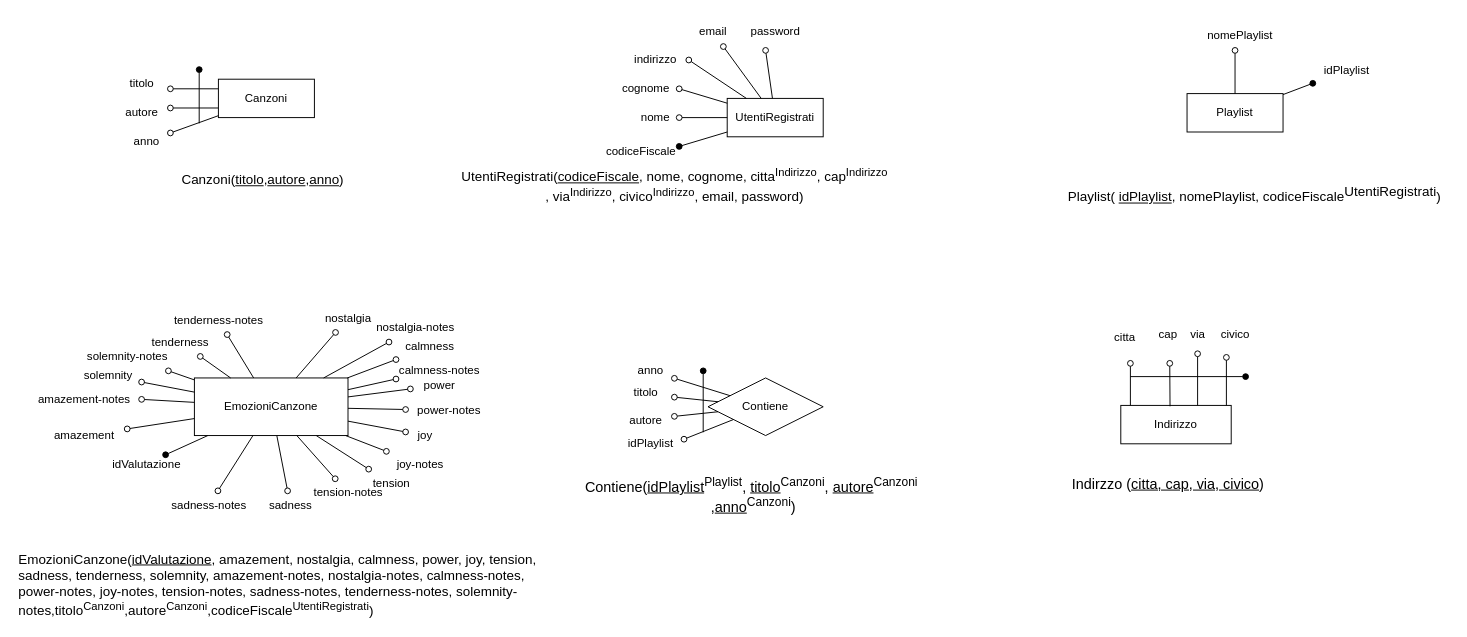
Cacciaa/LaboratorioB keeps this draw.io diagram as SchemaLogico/SchemaLogico.drawio. Above is the earlier version. Source tidied: cells renumbered, new cells numbered last; positions are measured from the earlier drawing's top-left corner, leaving out a move shared by most shapes. Both pictures are drawn from the tidied source at 96%, with x=0, y=0 at pixel (16, 16).
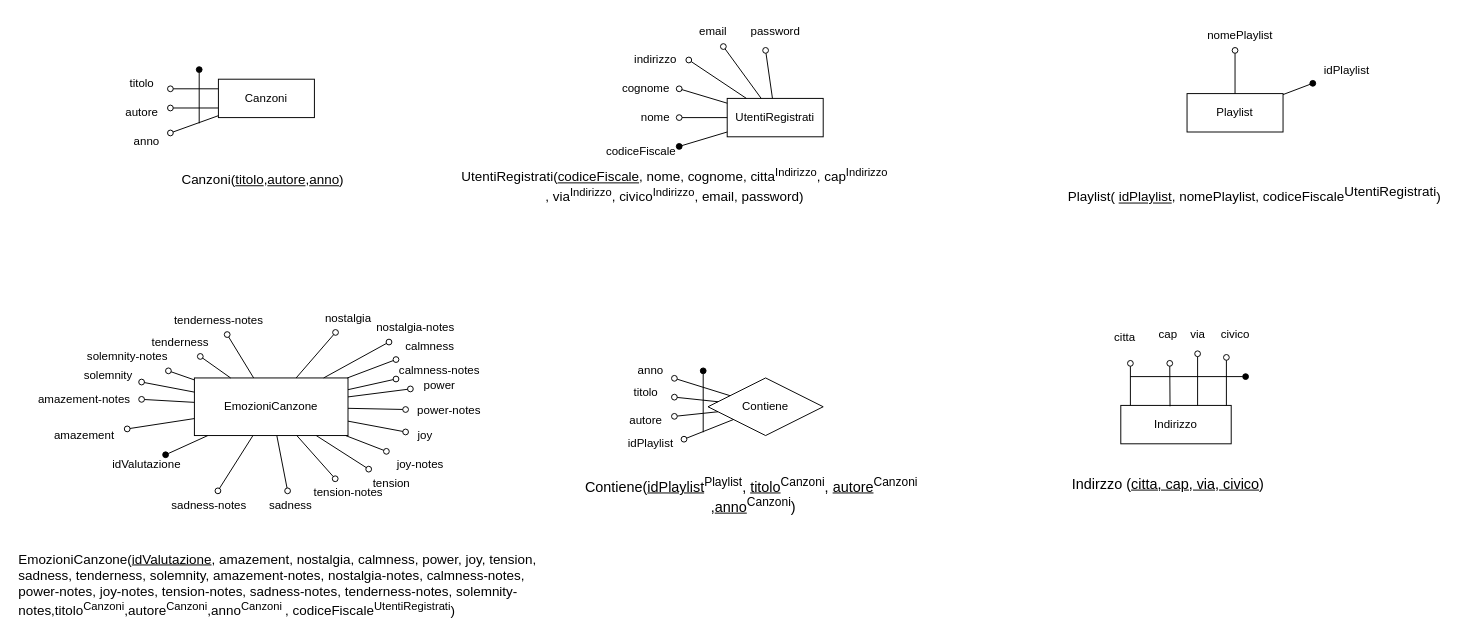
The same page after the edit.

Commit message (it also covers changes not shown here):
Schema Logico veramente corretto

Change to the diagram source:
```diff
@@
-    <mxCell id="76" value="EmozioniCanzone(&lt;u&gt;idValutazione&lt;/u&gt;, amazement, nostalgia, calmness, power, joy, tension, sadness, tenderness, solemnity, amazement-notes, nostalgia-notes, calmness-notes, power-notes, joy-notes, tension-notes, sadness-notes, tenderness-notes, solemnity-notes,titolo&lt;sup&gt;Canzoni&lt;/sup&gt;,autore&lt;sup&gt;Canzoni&lt;/sup&gt;,codiceFiscale&lt;sup&gt;UtentiRegistrati&lt;/sup&gt;)" style="text;whiteSpace=wrap;html=1;fontSize=14;" parent="1" vertex="1">
+    <mxCell id="76" value="EmozioniCanzone(&lt;u&gt;idValutazione&lt;/u&gt;, amazement, nostalgia, calmness, power, joy, tension, sadness, tenderness, solemnity, amazement-notes, nostalgia-notes, calmness-notes, power-notes, joy-notes, tension-notes, sadness-notes, tenderness-notes, solemnity-notes,titolo&lt;sup&gt;Canzoni&lt;/sup&gt;,autore&lt;sup&gt;Canzoni&lt;/sup&gt;,anno&lt;sup style=&quot;border-color: var(--border-color);&quot;&gt;Canzoni &lt;/sup&gt;&lt;span style=&quot;border-color: var(--border-color);&quot;&gt;,&amp;nbsp;&lt;/span&gt;codiceFiscale&lt;sup style=&quot;border-color: var(--border-color);&quot;&gt;UtentiRegistrati&lt;/sup&gt;)" style="text;whiteSpace=wrap;html=1;fontSize=14;" parent="1" vertex="1">
       <mxGeometry y="550" width="560" height="80" as="geometry" />
     </mxCell>
```
